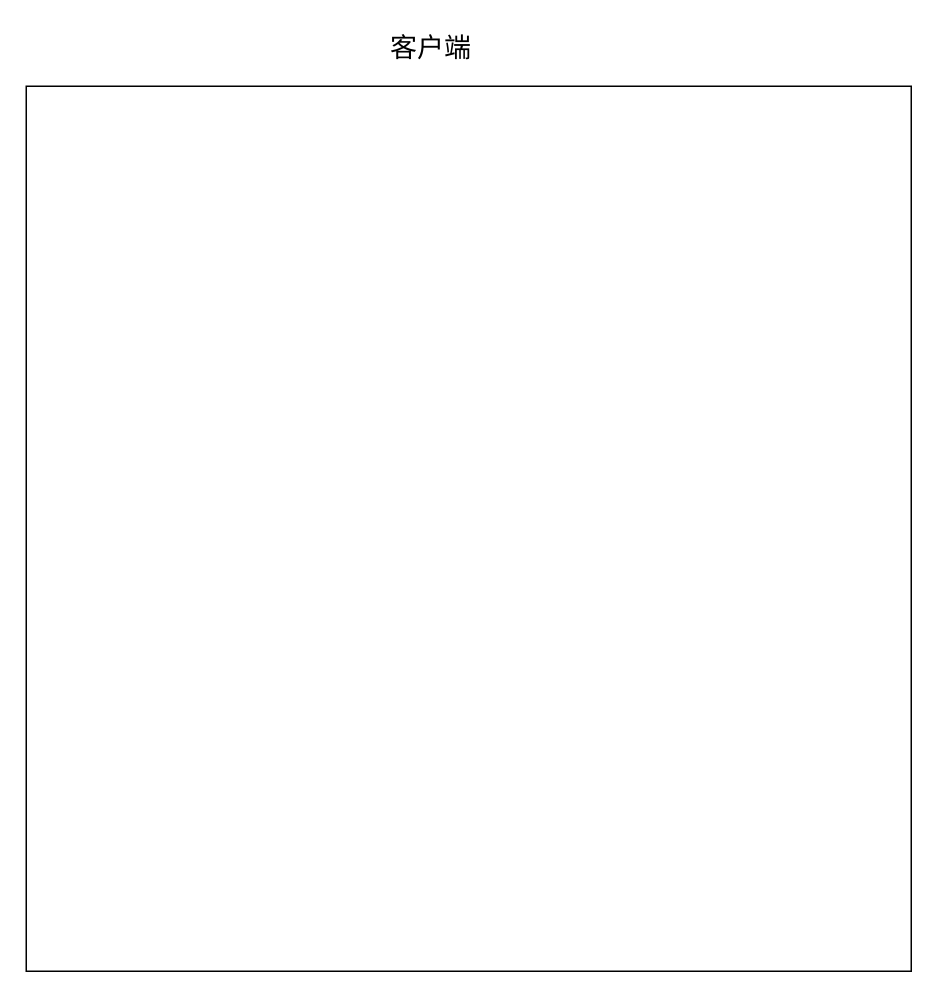
xzp3094997376/DrawIO keeps this draw.io diagram as Project/集控Pico 企业版.drawio. Above is the earlier version. Source tidied: cells renumbered, new cells numbered last; positions are measured from the earlier drawing's top-left corner, leaving out a move shared by most shapes. Both pictures are drawn from the tidied source at 150%, with x=0, y=0 at pixel (26, 26).
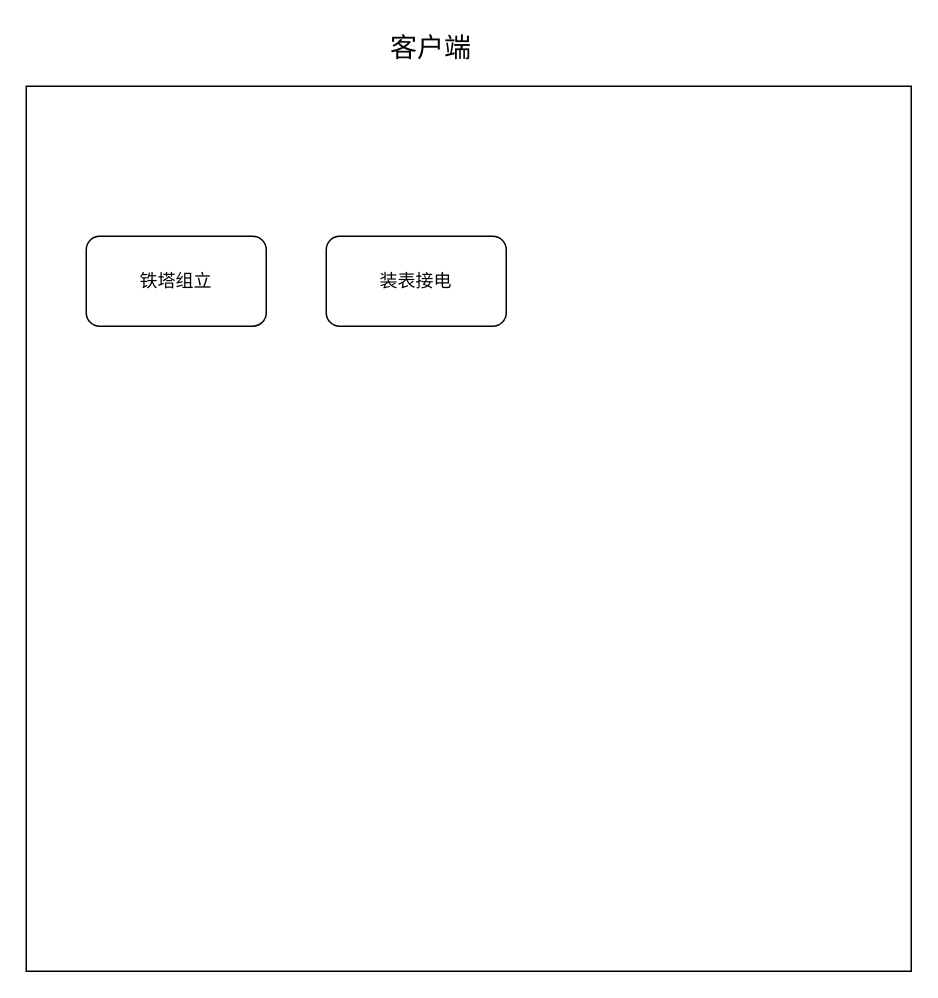
The same diagram, later.

Commit message (it also covers changes not shown here):
更新集控Pico 企业版.drawio

Diff of the diagram source:
```diff
@@
 <mxGraphModel>
   <root>
     <mxCell id="0" />
     <mxCell id="1" parent="0" />
     <mxCell id="2" style="whiteSpace=wrap;html=1;" parent="1" vertex="1">
       <mxGeometry y="40" width="590" height="590" as="geometry" />
     </mxCell>
     <mxCell id="3" value="&lt;font style=&quot;font-size: 18px;&quot;&gt;客户端&lt;/font&gt;" style="text;html=1;whiteSpace=wrap;strokeColor=none;fillColor=none;align=center;verticalAlign=middle;rounded=0;" parent="1" vertex="1">
       <mxGeometry x="240" width="60" height="30" as="geometry" />
     </mxCell>
+    <mxCell id="4" value="铁塔组立" style="rounded=1;whiteSpace=wrap;html=1;" parent="1" vertex="1">
+      <mxGeometry x="40" y="140" width="120" height="60" as="geometry" />
+    </mxCell>
+    <mxCell id="5" value="装表接电" style="rounded=1;whiteSpace=wrap;html=1;" parent="1" vertex="1">
+      <mxGeometry x="200" y="140" width="120" height="60" as="geometry" />
+    </mxCell>
   </root>
 </mxGraphModel>
```
